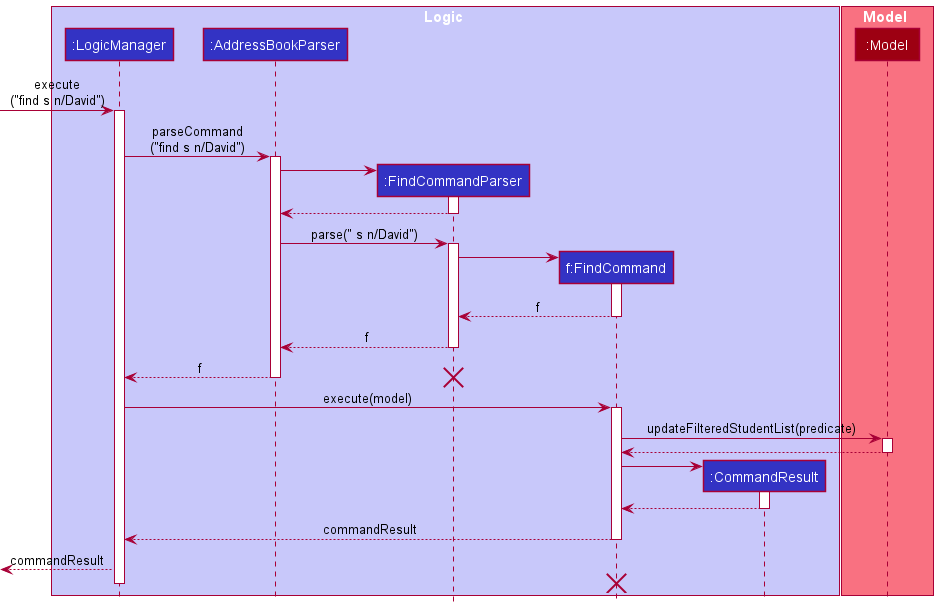
tenebrius1/tp keeps this PlantUML diagram as docs/images/FindCommandSequenceDiagram.png. Above is the earlier version.
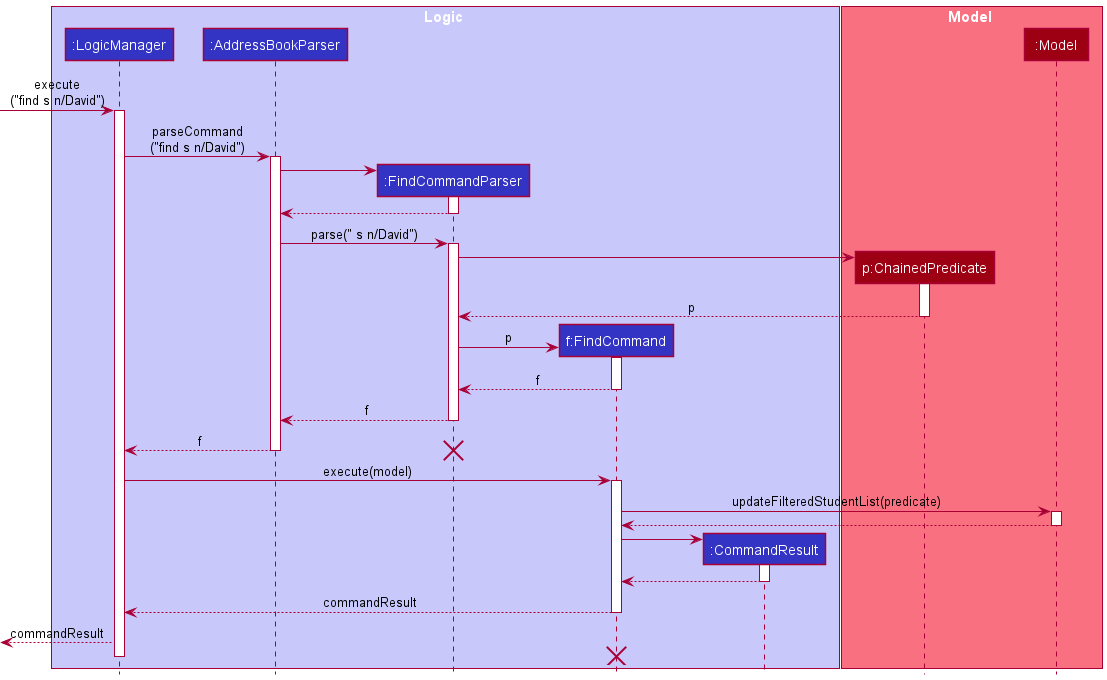
The same file after the commit.

Change to the diagram source:
```diff
@@ -10,6 +10,7 @@
 end box
 
 box Model MODEL_COLOR_T1
+participant "p:ChainedPredicate" as ChainedPredicate MODEL_COLOR
 participant ":Model" as Model MODEL_COLOR
 end box
 
@@ -29,8 +30,15 @@
 AddressBookParser -> FindCommandParser : parse(" s n/David")
 activate FindCommandParser
 
+create ChainedPredicate
+FindCommandParser -> ChainedPredicate
+activate ChainedPredicate
+
+ChainedPredicate --> FindCommandParser : p
+deactivate ChainedPredicate
+
 create FindCommand
-FindCommandParser -> FindCommand
+FindCommandParser -> FindCommand : p
 activate FindCommand
 
 FindCommandParser <-- FindCommand : f
```
